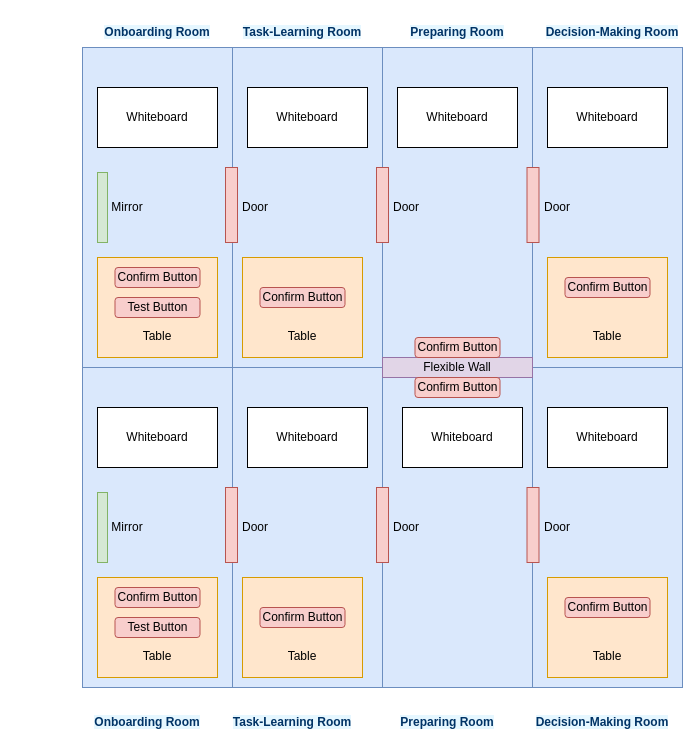
The draw.io diagram EER.drawio in Hankant/-, before the edit. Source tidied: cells renumbered, new cells numbered last; positions are measured from the earlier drawing's top-left corner, leaving out a move shared by most shapes. Both pictures are drawn from the tidied source at 100%, with x=0, y=0 at pixel (82, 17).
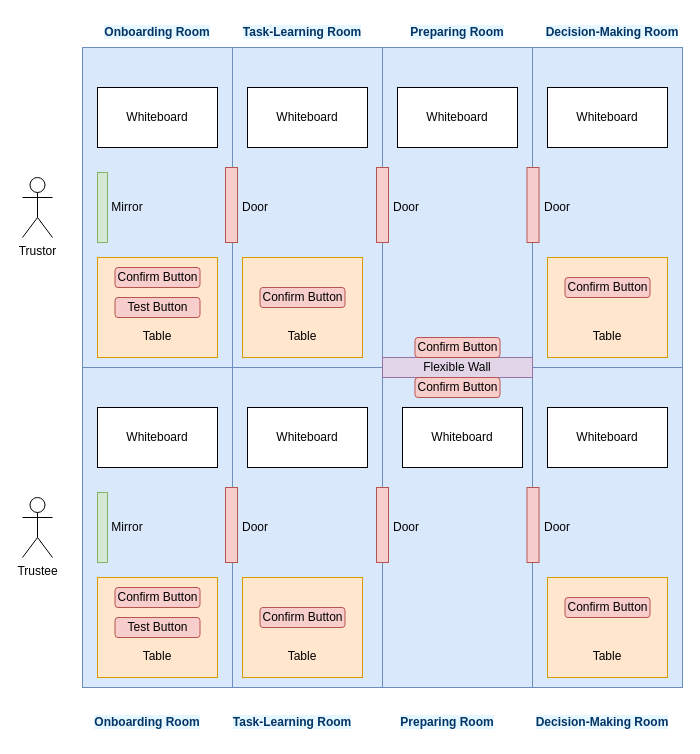
After the change.

What changed in the source:
```diff
@@
+    <mxCell id="59" value="Trustor" style="shape=umlActor;verticalLabelPosition=bottom;verticalAlign=top;html=1;" parent="1" vertex="1">
+      <mxGeometry x="-60" y="160" width="30" height="60" as="geometry" />
+    </mxCell>
+    <mxCell id="60" value="Trustee" style="shape=umlActor;verticalLabelPosition=bottom;verticalAlign=top;html=1;" parent="1" vertex="1">
+      <mxGeometry x="-60" y="480" width="30" height="60" as="geometry" />
+    </mxCell>
```
